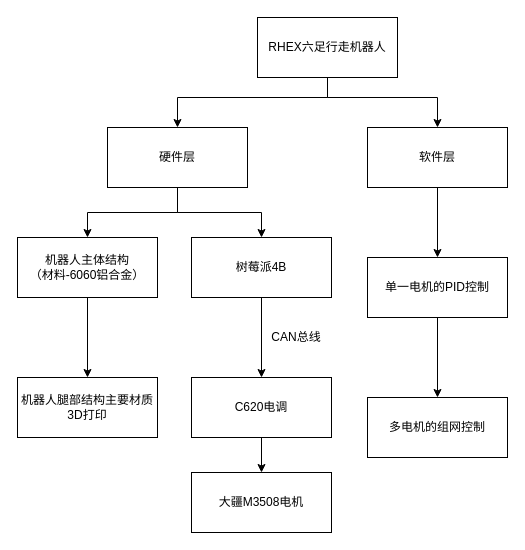
The draw.io diagram 先进工程驱动技术.drawio in GUO-RUI-China/Personal-learning-collection, before the edit. Source tidied: cells renumbered, new cells numbered last; positions are measured from the earlier drawing's top-left corner, leaving out a move shared by most shapes. Both pictures are drawn from the tidied source at 100%, with x=0, y=0 at pixel (17, 17).
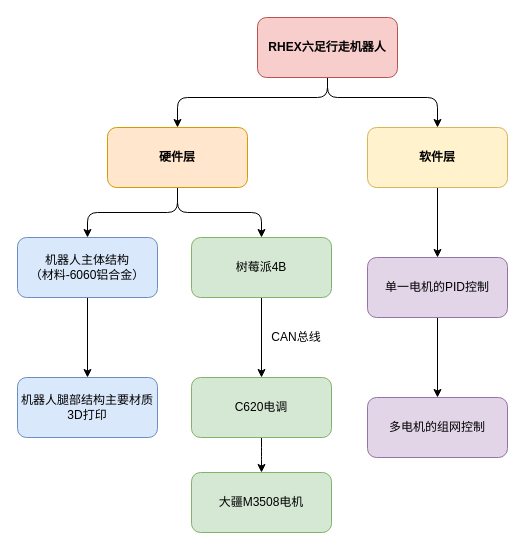
The same diagram, later.

Commit message (it also covers changes not shown here):
Update 先进工程驱动技术.drawio

Diff of the diagram source:
```diff
@@
-    <mxCell id="2" style="edgeStyle=orthogonalEdgeStyle;rounded=0;jettySize=auto;html=1;entryX=0.5;entryY=0;entryDx=0;entryDy=0;" parent="1" edge="1" source="4" target="10">
+    <mxCell id="2" style="edgeStyle=orthogonalEdgeStyle;rounded=1;jettySize=auto;html=1;entryX=0.5;entryY=0;entryDx=0;entryDy=0;" parent="1" edge="1" source="4" target="10">
       <mxGeometry relative="1" as="geometry">
         <Array as="points">
           <mxPoint x="310" y="80" />
           <mxPoint x="160" y="80" />
         </Array>
       </mxGeometry>
     </mxCell>
-    <mxCell id="3" style="edgeStyle=orthogonalEdgeStyle;rounded=0;jettySize=auto;html=1;entryX=0.5;entryY=0;entryDx=0;entryDy=0;" parent="1" edge="1" source="4" target="12">
+    <mxCell id="3" style="edgeStyle=orthogonalEdgeStyle;rounded=1;jettySize=auto;html=1;entryX=0.5;entryY=0;entryDx=0;entryDy=0;" parent="1" edge="1" source="4" target="12">
       <mxGeometry relative="1" as="geometry">
         <Array as="points">
           <mxPoint x="310" y="80" />
           <mxPoint x="420" y="80" />
         </Array>
       </mxGeometry>
     </mxCell>
-    <mxCell id="4" value="RHEX六足行走机器人" style="rounded=0;whiteSpace=wrap;html=1;" parent="1" vertex="1">
+    <mxCell id="4" value="RHEX六足行走机器人" style="rounded=1;whiteSpace=wrap;html=1;fillColor=#f8cecc;strokeColor=#b85450;fontStyle=1;" parent="1" vertex="1">
       <mxGeometry x="240" width="140" height="60" as="geometry" />
     </mxCell>
-    <mxCell id="5" value="大疆M3508电机" style="rounded=0;whiteSpace=wrap;html=1;" parent="1" vertex="1">
+    <mxCell id="5" value="大疆M3508电机" style="rounded=1;whiteSpace=wrap;html=1;fillColor=#d5e8d4;strokeColor=#82b366;" parent="1" vertex="1">
       <mxGeometry x="174" y="455" width="140" height="60" as="geometry" />
     </mxCell>
-    <mxCell id="6" style="edgeStyle=orthogonalEdgeStyle;rounded=0;jettySize=auto;html=1;entryX=0.5;entryY=0;entryDx=0;entryDy=0;" parent="1" edge="1" source="7" target="14">
+    <mxCell id="6" style="edgeStyle=orthogonalEdgeStyle;rounded=1;jettySize=auto;html=1;entryX=0.5;entryY=0;entryDx=0;entryDy=0;" parent="1" edge="1" source="7" target="14">
       <mxGeometry relative="1" as="geometry" />
     </mxCell>
-    <mxCell id="7" value="树莓派4B" style="rounded=0;whiteSpace=wrap;html=1;" parent="1" vertex="1">
+    <mxCell id="7" value="树莓派4B" style="rounded=1;whiteSpace=wrap;html=1;fillColor=#d5e8d4;strokeColor=#82b366;" parent="1" vertex="1">
       <mxGeometry x="174" y="220" width="140" height="60" as="geometry" />
     </mxCell>
-    <mxCell id="8" style="edgeStyle=orthogonalEdgeStyle;rounded=0;jettySize=auto;html=1;entryX=0.5;entryY=0;entryDx=0;entryDy=0;" parent="1" edge="1" source="10" target="7">
+    <mxCell id="8" style="edgeStyle=orthogonalEdgeStyle;rounded=1;jettySize=auto;html=1;entryX=0.5;entryY=0;entryDx=0;entryDy=0;" parent="1" edge="1" source="10" target="7">
       <mxGeometry relative="1" as="geometry" />
     </mxCell>
-    <mxCell id="9" style="edgeStyle=orthogonalEdgeStyle;rounded=0;jettySize=auto;html=1;entryX=0.5;entryY=0;entryDx=0;entryDy=0;" parent="1" edge="1" source="10" target="17">
+    <mxCell id="9" style="edgeStyle=orthogonalEdgeStyle;rounded=1;jettySize=auto;html=1;entryX=0.5;entryY=0;entryDx=0;entryDy=0;" parent="1" edge="1" source="10" target="17">
       <mxGeometry relative="1" as="geometry" />
     </mxCell>
-    <mxCell id="10" value="硬件层" style="rounded=0;whiteSpace=wrap;html=1;" parent="1" vertex="1">
+    <mxCell id="10" value="硬件层" style="rounded=1;whiteSpace=wrap;html=1;labelBackgroundColor=none;labelBorderColor=none;fillColor=#ffe6cc;strokeColor=#d79b00;fontStyle=1;" parent="1" vertex="1">
       <mxGeometry x="90" y="110" width="140" height="60" as="geometry" />
     </mxCell>
-    <mxCell id="11" style="edgeStyle=orthogonalEdgeStyle;rounded=0;jettySize=auto;html=1;" parent="1" edge="1" source="12" target="20">
+    <mxCell id="11" style="edgeStyle=orthogonalEdgeStyle;rounded=1;jettySize=auto;html=1;" parent="1" edge="1" source="12" target="20">
       <mxGeometry relative="1" as="geometry" />
     </mxCell>
-    <mxCell id="12" value="软件层" style="rounded=0;whiteSpace=wrap;html=1;" parent="1" vertex="1">
+    <mxCell id="12" value="软件层" style="rounded=1;whiteSpace=wrap;html=1;fontStyle=1;fillColor=#fff2cc;strokeColor=#d6b656;" parent="1" vertex="1">
       <mxGeometry x="350" y="110" width="140" height="60" as="geometry" />
     </mxCell>
-    <mxCell id="13" style="edgeStyle=orthogonalEdgeStyle;rounded=0;jettySize=auto;html=1;entryX=0.5;entryY=0;entryDx=0;entryDy=0;" parent="1" edge="1" source="14" target="5">
+    <mxCell id="13" style="edgeStyle=orthogonalEdgeStyle;rounded=1;jettySize=auto;html=1;entryX=0.5;entryY=0;entryDx=0;entryDy=0;" parent="1" edge="1" source="14" target="5">
       <mxGeometry relative="1" as="geometry" />
     </mxCell>
-    <mxCell id="14" value="C620电调" style="rounded=0;whiteSpace=wrap;html=1;" parent="1" vertex="1">
+    <mxCell id="14" value="C620电调" style="rounded=1;whiteSpace=wrap;html=1;fillColor=#d5e8d4;strokeColor=#82b366;" parent="1" vertex="1">
       <mxGeometry x="174" y="360" width="140" height="60" as="geometry" />
     </mxCell>
@@
-    <mxCell id="16" style="edgeStyle=orthogonalEdgeStyle;rounded=0;jettySize=auto;html=1;entryX=0.5;entryY=0;entryDx=0;entryDy=0;" parent="1" edge="1" source="17" target="18">
+    <mxCell id="16" style="edgeStyle=orthogonalEdgeStyle;rounded=1;jettySize=auto;html=1;entryX=0.5;entryY=0;entryDx=0;entryDy=0;" parent="1" edge="1" source="17" target="18">
       <mxGeometry relative="1" as="geometry" />
     </mxCell>
-    <mxCell id="17" value="机器人主体结构&lt;br&gt;（材料-6060铝合金）" style="rounded=0;whiteSpace=wrap;html=1;" parent="1" vertex="1">
+    <mxCell id="17" value="机器人主体结构&lt;br&gt;（材料-6060铝合金）" style="rounded=1;whiteSpace=wrap;html=1;fillColor=#dae8fc;strokeColor=#6c8ebf;" parent="1" vertex="1">
       <mxGeometry y="220" width="140" height="60" as="geometry" />
     </mxCell>
-    <mxCell id="18" value="机器人腿部结构主要材质&lt;br&gt;3D打印" style="rounded=0;whiteSpace=wrap;html=1;" parent="1" vertex="1">
+    <mxCell id="18" value="机器人腿部结构主要材质&lt;br&gt;3D打印" style="rounded=1;whiteSpace=wrap;html=1;fillColor=#dae8fc;strokeColor=#6c8ebf;" parent="1" vertex="1">
       <mxGeometry y="360" width="140" height="60" as="geometry" />
     </mxCell>
-    <mxCell id="19" style="edgeStyle=orthogonalEdgeStyle;rounded=0;jettySize=auto;html=1;entryX=0.5;entryY=0;entryDx=0;entryDy=0;" parent="1" edge="1" source="20" target="21">
+    <mxCell id="19" style="edgeStyle=orthogonalEdgeStyle;rounded=1;jettySize=auto;html=1;entryX=0.5;entryY=0;entryDx=0;entryDy=0;" parent="1" edge="1" source="20" target="21">
       <mxGeometry relative="1" as="geometry" />
     </mxCell>
-    <mxCell id="20" value="单一电机的PID控制" style="rounded=0;whiteSpace=wrap;html=1;" parent="1" vertex="1">
+    <mxCell id="20" value="单一电机的PID控制" style="rounded=1;whiteSpace=wrap;html=1;fillColor=#e1d5e7;strokeColor=#9673a6;" parent="1" vertex="1">
       <mxGeometry x="350" y="240" width="140" height="60" as="geometry" />
     </mxCell>
-    <mxCell id="21" value="多电机的组网控制" style="rounded=0;whiteSpace=wrap;html=1;" parent="1" vertex="1">
+    <mxCell id="21" value="多电机的组网控制" style="rounded=1;whiteSpace=wrap;html=1;fillColor=#e1d5e7;strokeColor=#9673a6;" parent="1" vertex="1">
       <mxGeometry x="350" y="380" width="140" height="60" as="geometry" />
     </mxCell>
```
